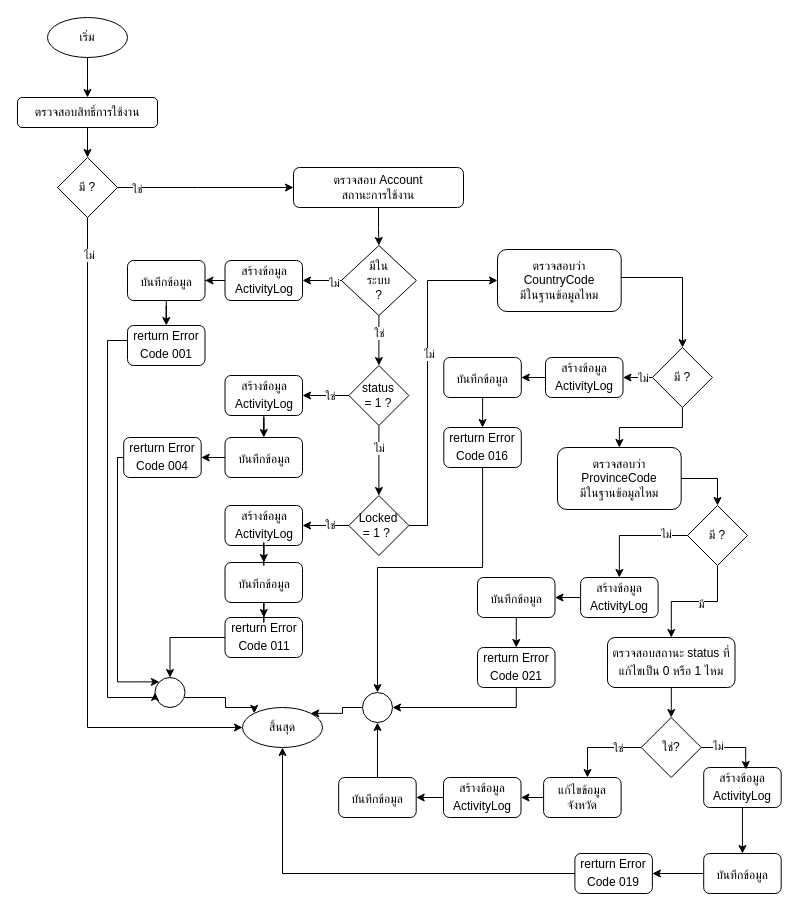
Earlier version of the draw.io diagram page "หน้า-4" (4 of 4) of District.drawio (charifrodmanee/charifrodmanee). Source tidied: cells renumbered, new cells numbered last; positions are measured from the earlier drawing's top-left corner, leaving out a move shared by most shapes. Both pictures are drawn from the tidied source at 100%, with x=0, y=0 at pixel (17, 17).
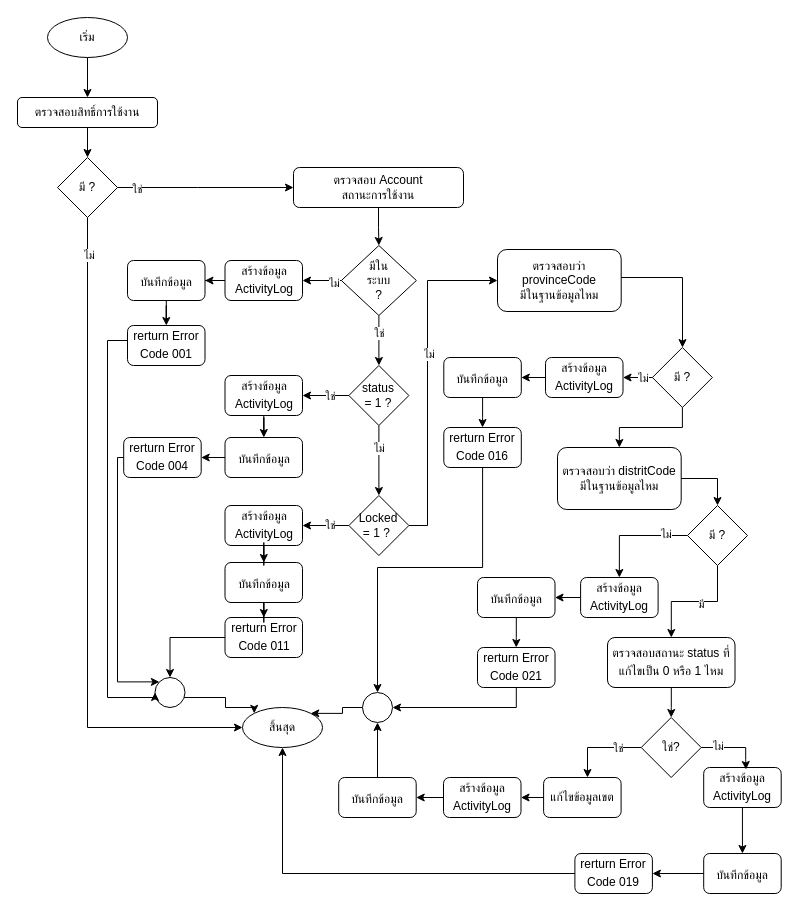
After the change.

Unchanged cells that the change refers to:
```xml
<mxCell id="2" style="group;" parent="1" vertex="1">
  <mxGeometry width="763.8" height="876" as="geometry" />
</mxCell>
```

What changed in the source:
```diff
@@
-    <mxCell id="29" value="ตรวจสอบว่า CountryCode &lt;br&gt;มีในฐานข้อมูลไหม" style="rounded=1;whiteSpace=wrap;html=1;" parent="2" vertex="1">
+    <mxCell id="29" value="ตรวจสอบว่า provinceCode &lt;br&gt;มีในฐานข้อมูลไหม" style="rounded=1;whiteSpace=wrap;html=1;" parent="2" vertex="1">
       <mxGeometry x="480" y="232" width="123.7" height="62" as="geometry" />
     </mxCell>
@@
-    <mxCell id="63" value="ตรวจสอบว่า ProvinceCode &lt;br&gt;มีในฐานข้อมูลไหม" style="rounded=1;whiteSpace=wrap;html=1;" parent="2" vertex="1">
+    <mxCell id="63" value="ตรวจสอบว่า distritCode &lt;br&gt;มีในฐานข้อมูลไหม" style="rounded=1;whiteSpace=wrap;html=1;" parent="2" vertex="1">
       <mxGeometry x="540" y="430" width="123.7" height="62" as="geometry" />
     </mxCell>
@@
-    <mxCell id="75" value="แก้ไขข้อมูลจังหวัด" style="rounded=1;whiteSpace=wrap;html=1;" parent="2" vertex="1">
+    <mxCell id="75" value="แก้ไขข้อมูลเขต" style="rounded=1;whiteSpace=wrap;html=1;" parent="2" vertex="1">
       <mxGeometry x="526.1" y="760" width="77.5" height="40" as="geometry" />
     </mxCell>
```
